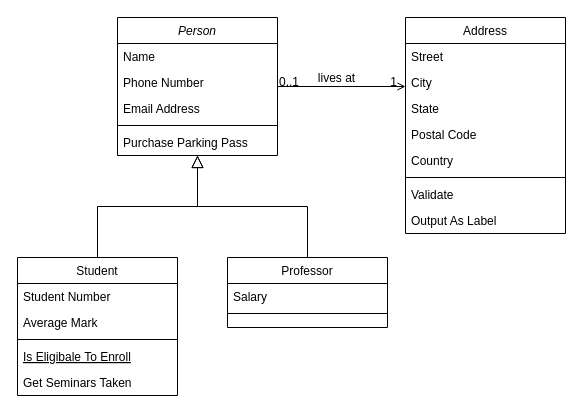
This is staticfiles/draw/models.drawio from gurupratap-matharu/volu, a draw.io file, before an edit. Source tidied: cells renumbered, new cells numbered last; positions are measured from the earlier drawing's top-left corner, leaving out a move shared by most shapes. Both pictures are drawn from the tidied source at 100%, with x=0, y=0 at pixel (17, 17).
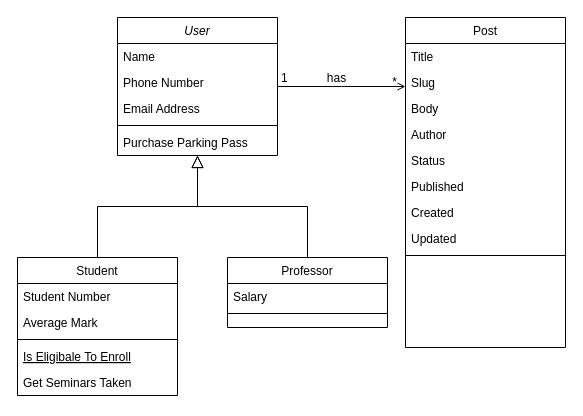
The same diagram, later.

Unchanged cells that the change refers to:
```xml
<mxCell id="28" style="endArrow=open;shadow=0;strokeWidth=1;rounded=0;endFill=1;edgeStyle=elbowEdgeStyle;elbow=vertical;" parent="1" edge="1" source="2" target="19">
  <mxGeometry x="0.5" y="41" relative="1" as="geometry">
    <mxPoint x="-40" y="32" as="offset" />
  </mxGeometry>
</mxCell>
```

What changed in the source:
```diff
@@
-    <mxCell id="2" value="Person" style="swimlane;fontStyle=2;align=center;verticalAlign=top;horizontal=1;startSize=26;rounded=0;shadow=0;strokeWidth=1;" parent="1" vertex="1">
+    <mxCell id="2" value="User" style="swimlane;fontStyle=2;align=center;verticalAlign=top;horizontal=1;startSize=26;rounded=0;shadow=0;strokeWidth=1;" parent="1" vertex="1">
       <mxGeometry x="100" width="160" height="138" as="geometry" />
     </mxCell>
@@
-    <mxCell id="19" value="Address" style="swimlane;fontStyle=0;align=center;verticalAlign=top;horizontal=1;startSize=26;rounded=0;shadow=0;strokeWidth=1;" parent="1" vertex="1">
-      <mxGeometry x="388" width="160" height="216" as="geometry" />
+    <mxCell id="19" value="Post" style="swimlane;fontStyle=0;align=center;verticalAlign=top;horizontal=1;startSize=26;rounded=0;shadow=0;strokeWidth=1;" parent="1" vertex="1">
+      <mxGeometry x="388" width="160" height="330" as="geometry" />
     </mxCell>
-    <mxCell id="20" value="Street" style="text;align=left;verticalAlign=top;spacingLeft=4;spacingRight=4;overflow=hidden;" parent="19" vertex="1">
+    <mxCell id="20" value="Title" style="text;align=left;verticalAlign=top;spacingLeft=4;spacingRight=4;overflow=hidden;" parent="19" vertex="1">
       <mxGeometry y="26" width="160" height="26" as="geometry" />
     </mxCell>
+    <mxCell id="26" value="Slug" style="text;align=left;verticalAlign=top;spacingLeft=4;spacingRight=4;overflow=hidden;" parent="19" vertex="1">
+      <mxGeometry y="52" width="160" height="26" as="geometry" />
+    </mxCell>
-    <mxCell id="21" value="City" style="text;align=left;verticalAlign=top;spacingLeft=4;spacingRight=4;overflow=hidden;rounded=0;shadow=0;html=0;" parent="19" vertex="1">
-      <mxGeometry y="52" width="160" height="26" as="geometry" />
+    <mxCell id="21" value="Body" style="text;align=left;verticalAlign=top;spacingLeft=4;spacingRight=4;overflow=hidden;rounded=0;shadow=0;html=0;" parent="19" vertex="1">
+      <mxGeometry y="78" width="160" height="26" as="geometry" />
     </mxCell>
+    <mxCell id="23" value="Author" style="text;align=left;verticalAlign=top;spacingLeft=4;spacingRight=4;overflow=hidden;rounded=0;shadow=0;html=0;" parent="19" vertex="1">
+      <mxGeometry y="104" width="160" height="26" as="geometry" />
+    </mxCell>
-    <mxCell id="22" value="State" style="text;align=left;verticalAlign=top;spacingLeft=4;spacingRight=4;overflow=hidden;rounded=0;shadow=0;html=0;" parent="19" vertex="1">
-      <mxGeometry y="78" width="160" height="26" as="geometry" />
+    <mxCell id="22" value="Status" style="text;align=left;verticalAlign=top;spacingLeft=4;spacingRight=4;overflow=hidden;rounded=0;shadow=0;html=0;" parent="19" vertex="1">
+      <mxGeometry y="130" width="160" height="26" as="geometry" />
     </mxCell>
-    <mxCell id="23" value="Postal Code" style="text;align=left;verticalAlign=top;spacingLeft=4;spacingRight=4;overflow=hidden;rounded=0;shadow=0;html=0;" parent="19" vertex="1">
-      <mxGeometry y="104" width="160" height="26" as="geometry" />
-    </mxCell>
-    <mxCell id="24" value="Country" style="text;align=left;verticalAlign=top;spacingLeft=4;spacingRight=4;overflow=hidden;rounded=0;shadow=0;html=0;" parent="19" vertex="1">
-      <mxGeometry y="130" width="160" height="26" as="geometry" />
+    <mxCell id="24" value="Published" style="text;align=left;verticalAlign=top;spacingLeft=4;spacingRight=4;overflow=hidden;rounded=0;shadow=0;html=0;" parent="19" vertex="1">
+      <mxGeometry y="156" width="160" height="26" as="geometry" />
     </mxCell>
+    <mxCell id="32" value="Created" style="text;align=left;verticalAlign=top;spacingLeft=4;spacingRight=4;overflow=hidden;rounded=0;shadow=0;html=0;" parent="19" vertex="1">
+      <mxGeometry y="182" width="160" height="26" as="geometry" />
+    </mxCell>
+    <mxCell id="27" value="Updated" style="text;align=left;verticalAlign=top;spacingLeft=4;spacingRight=4;overflow=hidden;" parent="19" vertex="1">
+      <mxGeometry y="208" width="160" height="26" as="geometry" />
+    </mxCell>
     <mxCell id="25" style="line;html=1;strokeWidth=1;align=left;verticalAlign=middle;spacingTop=-1;spacingLeft=3;spacingRight=3;labelPosition=right;" parent="19" vertex="1">
-      <mxGeometry y="156" width="160" height="8" as="geometry" />
+      <mxGeometry y="234" width="160" height="8" as="geometry" />
     </mxCell>
-    <mxCell id="26" value="Validate" style="text;align=left;verticalAlign=top;spacingLeft=4;spacingRight=4;overflow=hidden;" parent="19" vertex="1">
-      <mxGeometry y="164" width="160" height="26" as="geometry" />
-    </mxCell>
-    <mxCell id="27" value="Output As Label" style="text;align=left;verticalAlign=top;spacingLeft=4;spacingRight=4;overflow=hidden;" parent="19" vertex="1">
-      <mxGeometry y="190" width="160" height="26" as="geometry" />
-    </mxCell>
@@
-    <mxCell id="29" value="0..1" style="align=left;verticalAlign=bottom;labelBackgroundColor=none;fontSize=12;" parent="28" vertex="1">
+    <mxCell id="29" value="1" style="align=left;verticalAlign=bottom;labelBackgroundColor=none;fontSize=12;" parent="28" vertex="1">
       <mxGeometry x="-1" relative="1" as="geometry">
-        <mxPoint y="4" as="offset" />
+        <mxPoint x="2" as="offset" />
       </mxGeometry>
     </mxCell>
-    <mxCell id="30" value="1" style="align=right;verticalAlign=bottom;labelBackgroundColor=none;fontSize=12;" parent="28" vertex="1">
+    <mxCell id="30" value="*" style="align=right;verticalAlign=bottom;labelBackgroundColor=none;fontSize=12;" parent="28" vertex="1">
       <mxGeometry x="1" relative="1" as="geometry">
         <mxPoint x="-7" y="4" as="offset" />
       </mxGeometry>
     </mxCell>
-    <mxCell id="31" value="lives at" style="text;html=1;align=center;verticalAlign=middle;labelBackgroundColor=none;rounded=0;shadow=0;strokeWidth=1;fontSize=12;" parent="28" vertex="1">
+    <mxCell id="31" value="has" style="text;html=1;align=center;verticalAlign=middle;labelBackgroundColor=none;rounded=0;shadow=0;strokeWidth=1;fontSize=12;" parent="28" vertex="1">
       <mxGeometry x="0.5" y="49" relative="1" as="geometry">
         <mxPoint x="-38" y="40" as="offset" />
       </mxGeometry>
     </mxCell>
```
